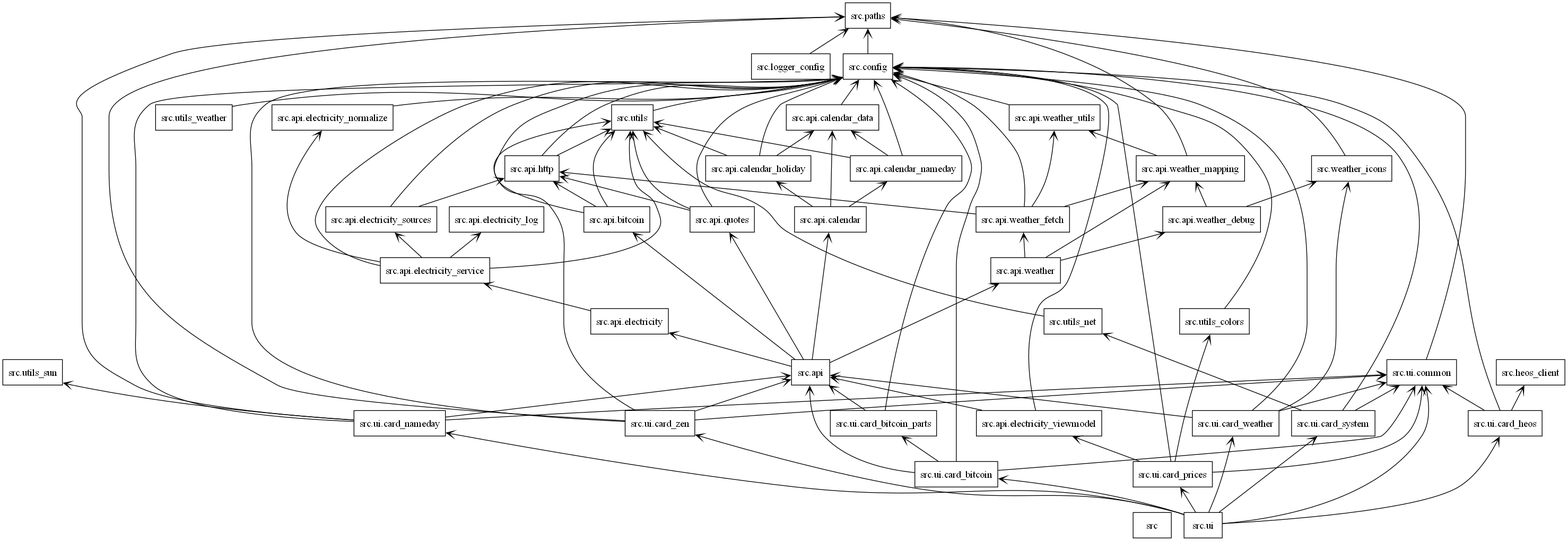
Earlier version of the Graphviz export docs/uml/packages_HomeDashboard.png (pvehvila/kotidashboard). Its source is kept beside it as docs/uml/packages_HomeDashboard.dot. Source of this version:
```dot
digraph "packages_HomeDashboard" {
rankdir=BT
charset="utf-8"
"src" [color="black", label=<src>, shape="box", style="solid"];
"src.api" [color="black", label=<src.api>, shape="box", style="solid"];
"src.api.bitcoin" [color="black", label=<src.api.bitcoin>, shape="box", style="solid"];
"src.api.calendar" [color="black", label=<src.api.calendar>, shape="box", style="solid"];
"src.api.calendar_data" [color="black", label=<src.api.calendar_data>, shape="box", style="solid"];
"src.api.calendar_holiday" [color="black", label=<src.api.calendar_holiday>, shape="box", style="solid"];
"src.api.calendar_nameday" [color="black", label=<src.api.calendar_nameday>, shape="box", style="solid"];
"src.api.electricity" [color="black", label=<src.api.electricity>, shape="box", style="solid"];
"src.api.electricity_log" [color="black", label=<src.api.electricity_log>, shape="box", style="solid"];
"src.api.electricity_normalize" [color="black", label=<src.api.electricity_normalize>, shape="box", style="solid"];
"src.api.electricity_service" [color="black", label=<src.api.electricity_service>, shape="box", style="solid"];
"src.api.electricity_sources" [color="black", label=<src.api.electricity_sources>, shape="box", style="solid"];
"src.api.electricity_viewmodel" [color="black", label=<src.api.electricity_viewmodel>, shape="box", style="solid"];
"src.api.http" [color="black", label=<src.api.http>, shape="box", style="solid"];
"src.api.quotes" [color="black", label=<src.api.quotes>, shape="box", style="solid"];
"src.api.weather" [color="black", label=<src.api.weather>, shape="box", style="solid"];
"src.api.weather_debug" [color="black", label=<src.api.weather_debug>, shape="box", style="solid"];
"src.api.weather_fetch" [color="black", label=<src.api.weather_fetch>, shape="box", style="solid"];
"src.api.weather_mapping" [color="black", label=<src.api.weather_mapping>, shape="box", style="solid"];
"src.api.weather_utils" [color="black", label=<src.api.weather_utils>, shape="box", style="solid"];
"src.config" [color="black", label=<src.config>, shape="box", style="solid"];
"src.heos_client" [color="black", label=<src.heos_client>, shape="box", style="solid"];
"src.logger_config" [color="black", label=<src.logger_config>, shape="box", style="solid"];
"src.paths" [color="black", label=<src.paths>, shape="box", style="solid"];
"src.ui" [color="black", label=<src.ui>, shape="box", style="solid"];
"src.ui.card_bitcoin" [color="black", label=<src.ui.card_bitcoin>, shape="box", style="solid"];
"src.ui.card_bitcoin_parts" [color="black", label=<src.ui.card_bitcoin_parts>, shape="box", style="solid"];
"src.ui.card_heos" [color="black", label=<src.ui.card_heos>, shape="box", style="solid"];
"src.ui.card_nameday" [color="black", label=<src.ui.card_nameday>, shape="box", style="solid"];
"src.ui.card_prices" [color="black", label=<src.ui.card_prices>, shape="box", style="solid"];
"src.ui.card_system" [color="black", label=<src.ui.card_system>, shape="box", style="solid"];
"src.ui.card_weather" [color="black", label=<src.ui.card_weather>, shape="box", style="solid"];
"src.ui.card_zen" [color="black", label=<src.ui.card_zen>, shape="box", style="solid"];
"src.ui.common" [color="black", label=<src.ui.common>, shape="box", style="solid"];
"src.utils" [color="black", label=<src.utils>, shape="box", style="solid"];
"src.utils_colors" [color="black", label=<src.utils_colors>, shape="box", style="solid"];
"src.utils_net" [color="black", label=<src.utils_net>, shape="box", style="solid"];
"src.utils_sun" [color="black", label=<src.utils_sun>, shape="box", style="solid"];
"src.utils_weather" [color="black", label=<src.utils_weather>, shape="box", style="solid"];
"src.weather_icons" [color="black", label=<src.weather_icons>, shape="box", style="solid"];
"src.api" -> "src.api.bitcoin" [arrowhead="open", arrowtail="none"];
"src.api" -> "src.api.calendar" [arrowhead="open", arrowtail="none"];
"src.api" -> "src.api.electricity" [arrowhead="open", arrowtail="none"];
"src.api" -> "src.api.quotes" [arrowhead="open", arrowtail="none"];
"src.api" -> "src.api.weather" [arrowhead="open", arrowtail="none"];
"src.api.bitcoin" -> "src.api.http" [arrowhead="open", arrowtail="none"];
"src.api.bitcoin" -> "src.config" [arrowhead="open", arrowtail="none"];
"src.api.bitcoin" -> "src.utils" [arrowhead="open", arrowtail="none"];
"src.api.calendar" -> "src.api.calendar_data" [arrowhead="open", arrowtail="none"];
"src.api.calendar" -> "src.api.calendar_holiday" [arrowhead="open", arrowtail="none"];
"src.api.calendar" -> "src.api.calendar_nameday" [arrowhead="open", arrowtail="none"];
"src.api.calendar_data" -> "src.config" [arrowhead="open", arrowtail="none"];
"src.api.calendar_holiday" -> "src.api.calendar_data" [arrowhead="open", arrowtail="none"];
"src.api.calendar_holiday" -> "src.config" [arrowhead="open", arrowtail="none"];
"src.api.calendar_holiday" -> "src.utils" [arrowhead="open", arrowtail="none"];
"src.api.calendar_nameday" -> "src.api.calendar_data" [arrowhead="open", arrowtail="none"];
"src.api.calendar_nameday" -> "src.config" [arrowhead="open", arrowtail="none"];
"src.api.calendar_nameday" -> "src.utils" [arrowhead="open", arrowtail="none"];
"src.api.electricity" -> "src.api.electricity_service" [arrowhead="open", arrowtail="none"];
"src.api.electricity_normalize" -> "src.config" [arrowhead="open", arrowtail="none"];
"src.api.electricity_service" -> "src.api.electricity_log" [arrowhead="open", arrowtail="none"];
"src.api.electricity_service" -> "src.api.electricity_normalize" [arrowhead="open", arrowtail="none"];
"src.api.electricity_service" -> "src.api.electricity_sources" [arrowhead="open", arrowtail="none"];
"src.api.electricity_service" -> "src.config" [arrowhead="open", arrowtail="none"];
"src.api.electricity_service" -> "src.utils" [arrowhead="open", arrowtail="none"];
"src.api.electricity_sources" -> "src.api.http" [arrowhead="open", arrowtail="none"];
"src.api.electricity_sources" -> "src.config" [arrowhead="open", arrowtail="none"];
"src.api.electricity_viewmodel" -> "src.api" [arrowhead="open", arrowtail="none"];
"src.api.electricity_viewmodel" -> "src.config" [arrowhead="open", arrowtail="none"];
"src.api.http" -> "src.config" [arrowhead="open", arrowtail="none"];
"src.api.http" -> "src.utils" [arrowhead="open", arrowtail="none"];
"src.api.quotes" -> "src.api.http" [arrowhead="open", arrowtail="none"];
"src.api.quotes" -> "src.config" [arrowhead="open", arrowtail="none"];
"src.api.quotes" -> "src.utils" [arrowhead="open", arrowtail="none"];
"src.api.weather" -> "src.api.weather_debug" [arrowhead="open", arrowtail="none"];
"src.api.weather" -> "src.api.weather_fetch" [arrowhead="open", arrowtail="none"];
"src.api.weather" -> "src.api.weather_mapping" [arrowhead="open", arrowtail="none"];
"src.api.weather_debug" -> "src.api.weather_mapping" [arrowhead="open", arrowtail="none"];
"src.api.weather_debug" -> "src.weather_icons" [arrowhead="open", arrowtail="none"];
"src.api.weather_fetch" -> "src.api.http" [arrowhead="open", arrowtail="none"];
"src.api.weather_fetch" -> "src.api.weather_mapping" [arrowhead="open", arrowtail="none"];
"src.api.weather_fetch" -> "src.api.weather_utils" [arrowhead="open", arrowtail="none"];
"src.api.weather_fetch" -> "src.config" [arrowhead="open", arrowtail="none"];
"src.api.weather_mapping" -> "src.api.weather_utils" [arrowhead="open", arrowtail="none"];
"src.api.weather_mapping" -> "src.paths" [arrowhead="open", arrowtail="none"];
"src.api.weather_utils" -> "src.config" [arrowhead="open", arrowtail="none"];
"src.config" -> "src.paths" [arrowhead="open", arrowtail="none"];
"src.logger_config" -> "src.paths" [arrowhead="open", arrowtail="none"];
"src.ui" -> "src.ui.card_bitcoin" [arrowhead="open", arrowtail="none"];
"src.ui" -> "src.ui.card_heos" [arrowhead="open", arrowtail="none"];
"src.ui" -> "src.ui.card_nameday" [arrowhead="open", arrowtail="none"];
"src.ui" -> "src.ui.card_prices" [arrowhead="open", arrowtail="none"];
"src.ui" -> "src.ui.card_system" [arrowhead="open", arrowtail="none"];
"src.ui" -> "src.ui.card_weather" [arrowhead="open", arrowtail="none"];
"src.ui" -> "src.ui.card_zen" [arrowhead="open", arrowtail="none"];
"src.ui" -> "src.ui.common" [arrowhead="open", arrowtail="none"];
"src.ui.card_bitcoin" -> "src.api" [arrowhead="open", arrowtail="none"];
"src.ui.card_bitcoin" -> "src.config" [arrowhead="open", arrowtail="none"];
"src.ui.card_bitcoin" -> "src.ui.card_bitcoin_parts" [arrowhead="open", arrowtail="none"];
"src.ui.card_bitcoin" -> "src.ui.common" [arrowhead="open", arrowtail="none"];
"src.ui.card_bitcoin_parts" -> "src.api" [arrowhead="open", arrowtail="none"];
"src.ui.card_bitcoin_parts" -> "src.config" [arrowhead="open", arrowtail="none"];
"src.ui.card_heos" -> "src.config" [arrowhead="open", arrowtail="none"];
"src.ui.card_heos" -> "src.heos_client" [arrowhead="open", arrowtail="none"];
"src.ui.card_heos" -> "src.ui.common" [arrowhead="open", arrowtail="none"];
"src.ui.card_nameday" -> "src.api" [arrowhead="open", arrowtail="none"];
"src.ui.card_nameday" -> "src.config" [arrowhead="open", arrowtail="none"];
"src.ui.card_nameday" -> "src.paths" [arrowhead="open", arrowtail="none"];
"src.ui.card_nameday" -> "src.ui.common" [arrowhead="open", arrowtail="none"];
"src.ui.card_nameday" -> "src.utils_sun" [arrowhead="open", arrowtail="none"];
"src.ui.card_prices" -> "src.api.electricity_viewmodel" [arrowhead="open", arrowtail="none"];
"src.ui.card_prices" -> "src.config" [arrowhead="open", arrowtail="none"];
"src.ui.card_prices" -> "src.ui.common" [arrowhead="open", arrowtail="none"];
"src.ui.card_prices" -> "src.utils_colors" [arrowhead="open", arrowtail="none"];
"src.ui.card_system" -> "src.config" [arrowhead="open", arrowtail="none"];
"src.ui.card_system" -> "src.ui.common" [arrowhead="open", arrowtail="none"];
"src.ui.card_system" -> "src.utils_net" [arrowhead="open", arrowtail="none"];
"src.ui.card_weather" -> "src.api" [arrowhead="open", arrowtail="none"];
"src.ui.card_weather" -> "src.config" [arrowhead="open", arrowtail="none"];
"src.ui.card_weather" -> "src.ui.common" [arrowhead="open", arrowtail="none"];
"src.ui.card_weather" -> "src.weather_icons" [arrowhead="open", arrowtail="none"];
"src.ui.card_zen" -> "src.api" [arrowhead="open", arrowtail="none"];
"src.ui.card_zen" -> "src.config" [arrowhead="open", arrowtail="none"];
"src.ui.card_zen" -> "src.paths" [arrowhead="open", arrowtail="none"];
"src.ui.card_zen" -> "src.ui.common" [arrowhead="open", arrowtail="none"];
"src.ui.card_zen" -> "src.utils" [arrowhead="open", arrowtail="none"];
"src.ui.common" -> "src.paths" [arrowhead="open", arrowtail="none"];
"src.utils" -> "src.config" [arrowhead="open", arrowtail="none"];
"src.utils_colors" -> "src.config" [arrowhead="open", arrowtail="none"];
"src.utils_net" -> "src.utils" [arrowhead="open", arrowtail="none"];
"src.utils_weather" -> "src.config" [arrowhead="open", arrowtail="none"];
"src.weather_icons" -> "src.paths" [arrowhead="open", arrowtail="none"];
}
```
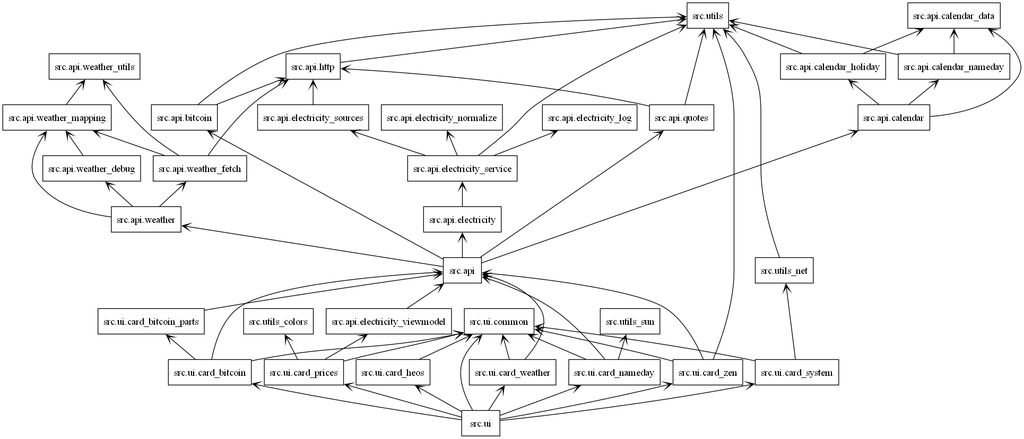
After the commit.

Commit message:
UML-skripti

Diff of the diagram source:
```diff
@@ -1,7 +1,6 @@
 digraph "packages_HomeDashboard" {
 rankdir=BT
 charset="utf-8"
-"src" [color="black", label=<src>, shape="box", style="solid"];
 "src.api" [color="black", label=<src.api>, shape="box", style="solid"];
 "src.api.bitcoin" [color="black", label=<src.api.bitcoin>, shape="box", style="solid"];
 "src.api.calendar" [color="black", label=<src.api.calendar>, shape="box", style="solid"];
@@ -21,10 +20,6 @@
 "src.api.weather_fetch" [color="black", label=<src.api.weather_fetch>, shape="box", style="solid"];
 "src.api.weather_mapping" [color="black", label=<src.api.weather_mapping>, shape="box", style="solid"];
 "src.api.weather_utils" [color="black", label=<src.api.weather_utils>, shape="box", style="solid"];
-"src.config" [color="black", label=<src.config>, shape="box", style="solid"];
-"src.heos_client" [color="black", label=<src.heos_client>, shape="box", style="solid"];
-"src.logger_config" [color="black", label=<src.logger_config>, shape="box", style="solid"];
-"src.paths" [color="black", label=<src.paths>, shape="box", style="solid"];
 "src.ui" [color="black", label=<src.ui>, shape="box", style="solid"];
 "src.ui.card_bitcoin" [color="black", label=<src.ui.card_bitcoin>, shape="box", style="solid"];
 "src.ui.card_bitcoin_parts" [color="black", label=<src.ui.card_bitcoin_parts>, shape="box", style="solid"];
@@ -39,56 +34,38 @@
 "src.utils_colors" [color="black", label=<src.utils_colors>, shape="box", style="solid"];
 "src.utils_net" [color="black", label=<src.utils_net>, shape="box", style="solid"];
 "src.utils_sun" [color="black", label=<src.utils_sun>, shape="box", style="solid"];
-"src.utils_weather" [color="black", label=<src.utils_weather>, shape="box", style="solid"];
-"src.weather_icons" [color="black", label=<src.weather_icons>, shape="box", style="solid"];
 "src.api" -> "src.api.bitcoin" [arrowhead="open", arrowtail="none"];
 "src.api" -> "src.api.calendar" [arrowhead="open", arrowtail="none"];
 "src.api" -> "src.api.electricity" [arrowhead="open", arrowtail="none"];
 "src.api" -> "src.api.quotes" [arrowhead="open", arrowtail="none"];
 "src.api" -> "src.api.weather" [arrowhead="open", arrowtail="none"];
 "src.api.bitcoin" -> "src.api.http" [arrowhead="open", arrowtail="none"];
-"src.api.bitcoin" -> "src.config" [arrowhead="open", arrowtail="none"];
 "src.api.bitcoin" -> "src.utils" [arrowhead="open", arrowtail="none"];
 "src.api.calendar" -> "src.api.calendar_data" [arrowhead="open", arrowtail="none"];
 "src.api.calendar" -> "src.api.calendar_holiday" [arrowhead="open", arrowtail="none"];
 "src.api.calendar" -> "src.api.calendar_nameday" [arrowhead="open", arrowtail="none"];
-"src.api.calendar_data" -> "src.config" [arrowhead="open", arrowtail="none"];
 "src.api.calendar_holiday" -> "src.api.calendar_data" [arrowhead="open", arrowtail="none"];
-"src.api.calendar_holiday" -> "src.config" [arrowhead="open", arrowtail="none"];
 "src.api.calendar_holiday" -> "src.utils" [arrowhead="open", arrowtail="none"];
 "src.api.calendar_nameday" -> "src.api.calendar_data" [arrowhead="open", arrowtail="none"];
-"src.api.calendar_nameday" -> "src.config" [arrowhead="open", arrowtail="none"];
 "src.api.calendar_nameday" -> "src.utils" [arrowhead="open", arrowtail="none"];
 "src.api.electricity" -> "src.api.electricity_service" [arrowhead="open", arrowtail="none"];
-"src.api.electricity_normalize" -> "src.config" [arrowhead="open", arrowtail="none"];
 "src.api.electricity_service" -> "src.api.electricity_log" [arrowhead="open", arrowtail="none"];
 "src.api.electricity_service" -> "src.api.electricity_normalize" [arrowhead="open", arrowtail="none"];
 "src.api.electricity_service" -> "src.api.electricity_sources" [arrowhead="open", arrowtail="none"];
-"src.api.electricity_service" -> "src.config" [arrowhead="open", arrowtail="none"];
 "src.api.electricity_service" -> "src.utils" [arrowhead="open", arrowtail="none"];
 "src.api.electricity_sources" -> "src.api.http" [arrowhead="open", arrowtail="none"];
-"src.api.electricity_sources" -> "src.config" [arrowhead="open", arrowtail="none"];
 "src.api.electricity_viewmodel" -> "src.api" [arrowhead="open", arrowtail="none"];
-"src.api.electricity_viewmodel" -> "src.config" [arrowhead="open", arrowtail="none"];
-"src.api.http" -> "src.config" [arrowhead="open", arrowtail="none"];
 "src.api.http" -> "src.utils" [arrowhead="open", arrowtail="none"];
 "src.api.quotes" -> "src.api.http" [arrowhead="open", arrowtail="none"];
-"src.api.quotes" -> "src.config" [arrowhead="open", arrowtail="none"];
 "src.api.quotes" -> "src.utils" [arrowhead="open", arrowtail="none"];
 "src.api.weather" -> "src.api.weather_debug" [arrowhead="open", arrowtail="none"];
 "src.api.weather" -> "src.api.weather_fetch" [arrowhead="open", arrowtail="none"];
 "src.api.weather" -> "src.api.weather_mapping" [arrowhead="open", arrowtail="none"];
 "src.api.weather_debug" -> "src.api.weather_mapping" [arrowhead="open", arrowtail="none"];
-"src.api.weather_debug" -> "src.weather_icons" [arrowhead="open", arrowtail="none"];
 "src.api.weather_fetch" -> "src.api.http" [arrowhead="open", arrowtail="none"];
 "src.api.weather_fetch" -> "src.api.weather_mapping" [arrowhead="open", arrowtail="none"];
 "src.api.weather_fetch" -> "src.api.weather_utils" [arrowhead="open", arrowtail="none"];
-"src.api.weather_fetch" -> "src.config" [arrowhead="open", arrowtail="none"];
 "src.api.weather_mapping" -> "src.api.weather_utils" [arrowhead="open", arrowtail="none"];
-"src.api.weather_mapping" -> "src.paths" [arrowhead="open", arrowtail="none"];
-"src.api.weather_utils" -> "src.config" [arrowhead="open", arrowtail="none"];
-"src.config" -> "src.paths" [arrowhead="open", arrowtail="none"];
-"src.logger_config" -> "src.paths" [arrowhead="open", arrowtail="none"];
 "src.ui" -> "src.ui.card_bitcoin" [arrowhead="open", arrowtail="none"];
 "src.ui" -> "src.ui.card_heos" [arrowhead="open", arrowtail="none"];
 "src.ui" -> "src.ui.card_nameday" [arrowhead="open", arrowtail="none"];
@@ -98,39 +75,22 @@
 "src.ui" -> "src.ui.card_zen" [arrowhead="open", arrowtail="none"];
 "src.ui" -> "src.ui.common" [arrowhead="open", arrowtail="none"];
 "src.ui.card_bitcoin" -> "src.api" [arrowhead="open", arrowtail="none"];
-"src.ui.card_bitcoin" -> "src.config" [arrowhead="open", arrowtail="none"];
 "src.ui.card_bitcoin" -> "src.ui.card_bitcoin_parts" [arrowhead="open", arrowtail="none"];
 "src.ui.card_bitcoin" -> "src.ui.common" [arrowhead="open", arrowtail="none"];
 "src.ui.card_bitcoin_parts" -> "src.api" [arrowhead="open", arrowtail="none"];
-"src.ui.card_bitcoin_parts" -> "src.config" [arrowhead="open", arrowtail="none"];
-"src.ui.card_heos" -> "src.config" [arrowhead="open", arrowtail="none"];
-"src.ui.card_heos" -> "src.heos_client" [arrowhead="open", arrowtail="none"];
 "src.ui.card_heos" -> "src.ui.common" [arrowhead="open", arrowtail="none"];
 "src.ui.card_nameday" -> "src.api" [arrowhead="open", arrowtail="none"];
-"src.ui.card_nameday" -> "src.config" [arrowhead="open", arrowtail="none"];
-"src.ui.card_nameday" -> "src.paths" [arrowhead="open", arrowtail="none"];
 "src.ui.card_nameday" -> "src.ui.common" [arrowhead="open", arrowtail="none"];
 "src.ui.card_nameday" -> "src.utils_sun" [arrowhead="open", arrowtail="none"];
 "src.ui.card_prices" -> "src.api.electricity_viewmodel" [arrowhead="open", arrowtail="none"];
-"src.ui.card_prices" -> "src.config" [arrowhead="open", arrowtail="none"];
 "src.ui.card_prices" -> "src.ui.common" [arrowhead="open", arrowtail="none"];
 "src.ui.card_prices" -> "src.utils_colors" [arrowhead="open", arrowtail="none"];
-"src.ui.card_system" -> "src.config" [arrowhead="open", arrowtail="none"];
 "src.ui.card_system" -> "src.ui.common" [arrowhead="open", arrowtail="none"];
 "src.ui.card_system" -> "src.utils_net" [arrowhead="open", arrowtail="none"];
 "src.ui.card_weather" -> "src.api" [arrowhead="open", arrowtail="none"];
-"src.ui.card_weather" -> "src.config" [arrowhead="open", arrowtail="none"];
 "src.ui.card_weather" -> "src.ui.common" [arrowhead="open", arrowtail="none"];
-"src.ui.card_weather" -> "src.weather_icons" [arrowhead="open", arrowtail="none"];
 "src.ui.card_zen" -> "src.api" [arrowhead="open", arrowtail="none"];
-"src.ui.card_zen" -> "src.config" [arrowhead="open", arrowtail="none"];
-"src.ui.card_zen" -> "src.paths" [arrowhead="open", arrowtail="none"];
 "src.ui.card_zen" -> "src.ui.common" [arrowhead="open", arrowtail="none"];
 "src.ui.card_zen" -> "src.utils" [arrowhead="open", arrowtail="none"];
-"src.ui.common" -> "src.paths" [arrowhead="open", arrowtail="none"];
-"src.utils" -> "src.config" [arrowhead="open", arrowtail="none"];
-"src.utils_colors" -> "src.config" [arrowhead="open", arrowtail="none"];
 "src.utils_net" -> "src.utils" [arrowhead="open", arrowtail="none"];
-"src.utils_weather" -> "src.config" [arrowhead="open", arrowtail="none"];
-"src.weather_icons" -> "src.paths" [arrowhead="open", arrowtail="none"];
 }
```
